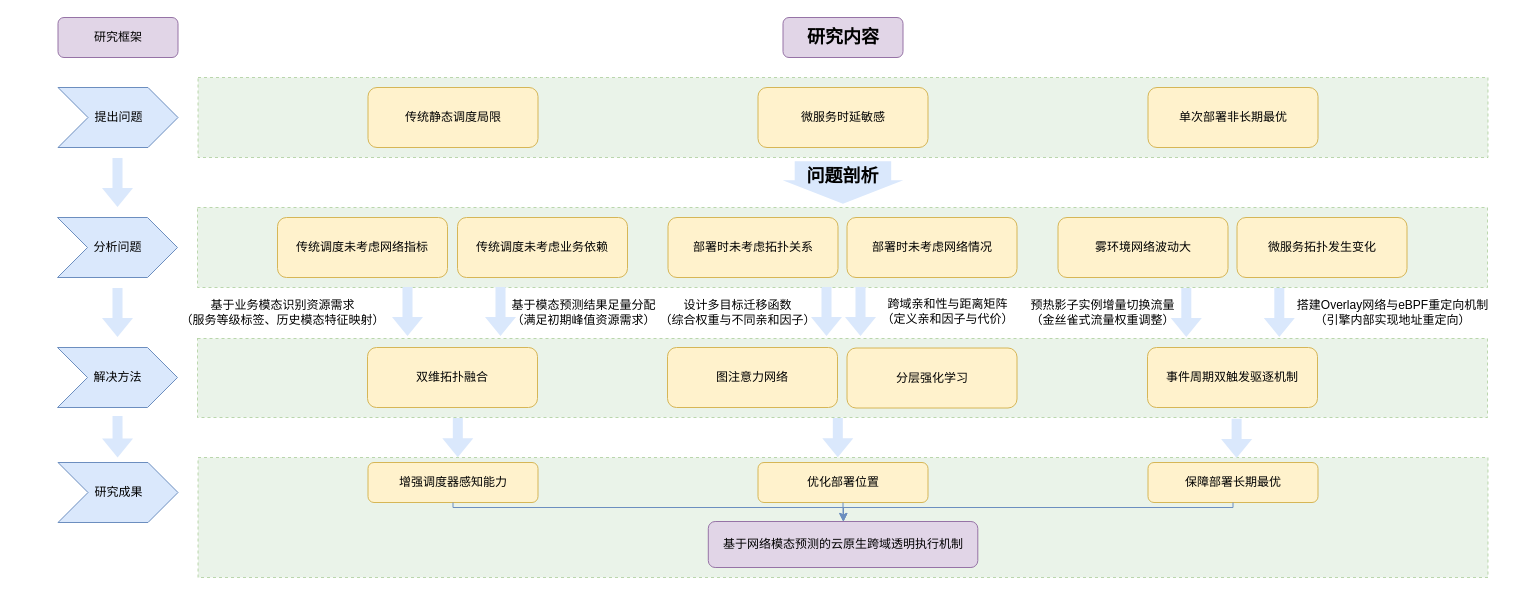
This is 整体框图.drawio from RagingSilence/drawio, a draw.io file, before an edit. Source tidied: cells renumbered, new cells numbered last; positions are measured from the earlier drawing's top-left corner, leaving out a move shared by most shapes. Both pictures are drawn from the tidied source at 100%, with x=0, y=0 at pixel (17, 17).
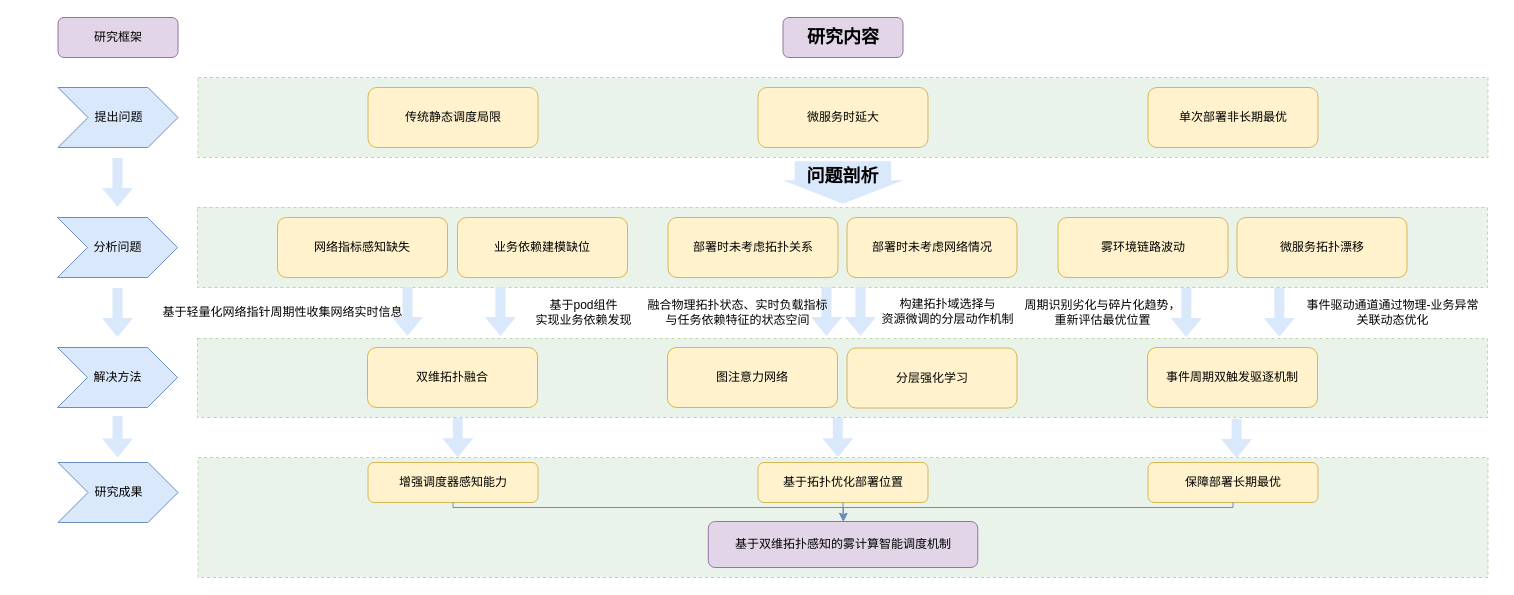
The same diagram, later.

Commit message (it also covers changes not shown here):
更新整体框图.drawio

The change refers to these unchanged cells:
```xml
<mxCell id="43" style="group;" parent="42" vertex="1">
  <mxGeometry y="45" width="1300" height="60" as="geometry" />
</mxCell>
```

The edit, as a diff of the source:
```diff
@@
-    <mxCell id="7" value="微服务时延敏感" style="rounded=1;whiteSpace=wrap;html=1;fillColor=#fff2cc;strokeColor=#d6b656;" parent="1" vertex="1">
+    <mxCell id="7" value="微服务时延大" style="rounded=1;whiteSpace=wrap;html=1;fillColor=#fff2cc;strokeColor=#d6b656;" parent="1" vertex="1">
       <mxGeometry x="740.5" y="70" width="170" height="60" as="geometry" />
     </mxCell>
@@
-    <mxCell id="10" value="传统调度未考虑业务依赖" style="rounded=1;whiteSpace=wrap;html=1;fillColor=#fff2cc;strokeColor=#d6b656;" parent="1" vertex="1">
+    <mxCell id="10" value="业务依赖建模缺位" style="rounded=1;whiteSpace=wrap;html=1;fillColor=#fff2cc;strokeColor=#d6b656;" parent="1" vertex="1">
       <mxGeometry x="440" y="200" width="170" height="60" as="geometry" />
     </mxCell>
-    <mxCell id="11" value="传统调度未考虑网络指标" style="rounded=1;whiteSpace=wrap;html=1;fillColor=#fff2cc;strokeColor=#d6b656;" parent="1" vertex="1">
+    <mxCell id="11" value="网络指标感知缺失" style="rounded=1;whiteSpace=wrap;html=1;fillColor=#fff2cc;strokeColor=#d6b656;" parent="1" vertex="1">
       <mxGeometry x="260" y="200" width="170" height="60" as="geometry" />
     </mxCell>
@@
-    <mxCell id="14" value="雾环境网络波动大" style="rounded=1;whiteSpace=wrap;html=1;fillColor=#fff2cc;strokeColor=#d6b656;" parent="1" vertex="1">
+    <mxCell id="14" value="雾环境链路波动" style="rounded=1;whiteSpace=wrap;html=1;fillColor=#fff2cc;strokeColor=#d6b656;" parent="1" vertex="1">
       <mxGeometry x="1040.5" y="200" width="170" height="60" as="geometry" />
     </mxCell>
-    <mxCell id="15" value="微服务拓扑发生变化" style="rounded=1;whiteSpace=wrap;html=1;fillColor=#fff2cc;strokeColor=#d6b656;" parent="1" vertex="1">
+    <mxCell id="15" value="微服务拓扑漂移" style="rounded=1;whiteSpace=wrap;html=1;fillColor=#fff2cc;strokeColor=#d6b656;" parent="1" vertex="1">
       <mxGeometry x="1219.5" y="200" width="170" height="60" as="geometry" />
     </mxCell>
@@
-    <mxCell id="18" value="基于模态预测结果足量分配&lt;div&gt;（满足初期峰值资源需求）&lt;/div&gt;" style="text;html=1;align=center;verticalAlign=middle;strokeColor=none;fillColor=none;" parent="1" vertex="1">
-      <mxGeometry x="480.5" y="275" width="170" height="40" as="geometry" />
+    <mxCell id="18" value="基于pod组件&lt;div&gt;实现业务依赖发现&lt;/div&gt;" style="text;html=1;align=center;verticalAlign=middle;strokeColor=none;fillColor=none;" parent="1" vertex="1">
+      <mxGeometry x="505.5" y="275" width="120" height="40" as="geometry" />
     </mxCell>
-    <mxCell id="19" value="基于业务模态识别资源需求&lt;div&gt;（服务等级标签、历史模态特征映射）&lt;/div&gt;" style="text;html=1;align=center;verticalAlign=middle;strokeColor=none;fillColor=none;" parent="1" vertex="1">
-      <mxGeometry x="150" y="275" width="230" height="40" as="geometry" />
+    <mxCell id="19" value="基于轻量化网络指针周期性收集网络实时信息" style="text;html=1;align=center;verticalAlign=middle;strokeColor=none;fillColor=none;" parent="1" vertex="1">
+      <mxGeometry x="135" y="280" width="260" height="30" as="geometry" />
     </mxCell>
@@
-    <mxCell id="22" value="跨域亲和性与距离矩阵&lt;div&gt;（定义亲和因子与代价）&lt;/div&gt;" style="text;html=1;align=center;verticalAlign=middle;strokeColor=none;fillColor=none;" parent="1" vertex="1">
+    <mxCell id="22" value="构建拓扑域选择与&lt;div&gt;资源微调的分层动作机制&lt;/div&gt;" style="text;html=1;align=center;verticalAlign=middle;strokeColor=none;fillColor=none;" parent="1" vertex="1">
       <mxGeometry x="850" y="274" width="160" height="40" as="geometry" />
     </mxCell>
-    <mxCell id="23" value="设计多目标迁移函数&lt;div&gt;（综合权重与不同亲和因子）&lt;/div&gt;" style="text;html=1;align=center;verticalAlign=middle;strokeColor=none;fillColor=none;" parent="1" vertex="1">
-      <mxGeometry x="630" y="275" width="180" height="40" as="geometry" />
+    <mxCell id="23" value="融合物理拓扑状态、实时负载指标&lt;div&gt;与任务依赖特征的状态空间&lt;/div&gt;" style="text;html=1;align=center;verticalAlign=middle;strokeColor=none;fillColor=none;" parent="1" vertex="1">
+      <mxGeometry x="620" y="275" width="200" height="40" as="geometry" />
     </mxCell>
@@
-    <mxCell id="26" value="搭建Overlay网络与eBPF重定向机制&lt;div&gt;（引擎内部实现地址重定向）&lt;/div&gt;" style="text;html=1;align=center;verticalAlign=middle;strokeColor=none;fillColor=none;" parent="1" vertex="1">
-      <mxGeometry x="1270" y="275" width="210" height="40" as="geometry" />
+    <mxCell id="26" value="事件驱动通道通过物理-业务异常&lt;div&gt;关联动态优化&lt;/div&gt;" style="text;html=1;align=center;verticalAlign=middle;strokeColor=none;fillColor=none;" parent="1" vertex="1">
+      <mxGeometry x="1275" y="275" width="200" height="40" as="geometry" />
     </mxCell>
-    <mxCell id="27" value="预热影子实例增量切换流量&lt;div&gt;（金丝雀式流量权重调整）&lt;/div&gt;" style="text;html=1;align=center;verticalAlign=middle;strokeColor=none;fillColor=none;" parent="1" vertex="1">
-      <mxGeometry x="999.5" y="275" width="170" height="40" as="geometry" />
+    <mxCell id="27" value="周期识别劣化与碎片化趋势，&lt;div&gt;重新评估最优位置&lt;/div&gt;" style="text;html=1;align=center;verticalAlign=middle;strokeColor=none;fillColor=none;" parent="1" vertex="1">
+      <mxGeometry x="994.5" y="275" width="180" height="40" as="geometry" />
     </mxCell>
@@
-    <mxCell id="31" value="基于网络模态预测的云原生跨域透明执行机制" style="rounded=1;whiteSpace=wrap;html=1;fillColor=#e1d5e7;strokeColor=#9673a6;" parent="1" vertex="1">
+    <mxCell id="31" value="基于双维拓扑感知的雾计算智能调度机制" style="rounded=1;whiteSpace=wrap;html=1;fillColor=#e1d5e7;strokeColor=#9673a6;" parent="1" vertex="1">
       <mxGeometry x="690.8" y="504" width="269.5" height="46" as="geometry" />
     </mxCell>
@@
-    <mxCell id="45" value="优化部署位置" style="rounded=1;whiteSpace=wrap;html=1;fillColor=#fff2cc;strokeColor=#d6b656;" parent="43" vertex="1">
+    <mxCell id="45" value="基于拓扑优化部署位置" style="rounded=1;whiteSpace=wrap;html=1;fillColor=#fff2cc;strokeColor=#d6b656;" parent="43" vertex="1">
       <mxGeometry x="740" width="170" height="40" as="geometry" />
     </mxCell>
```
